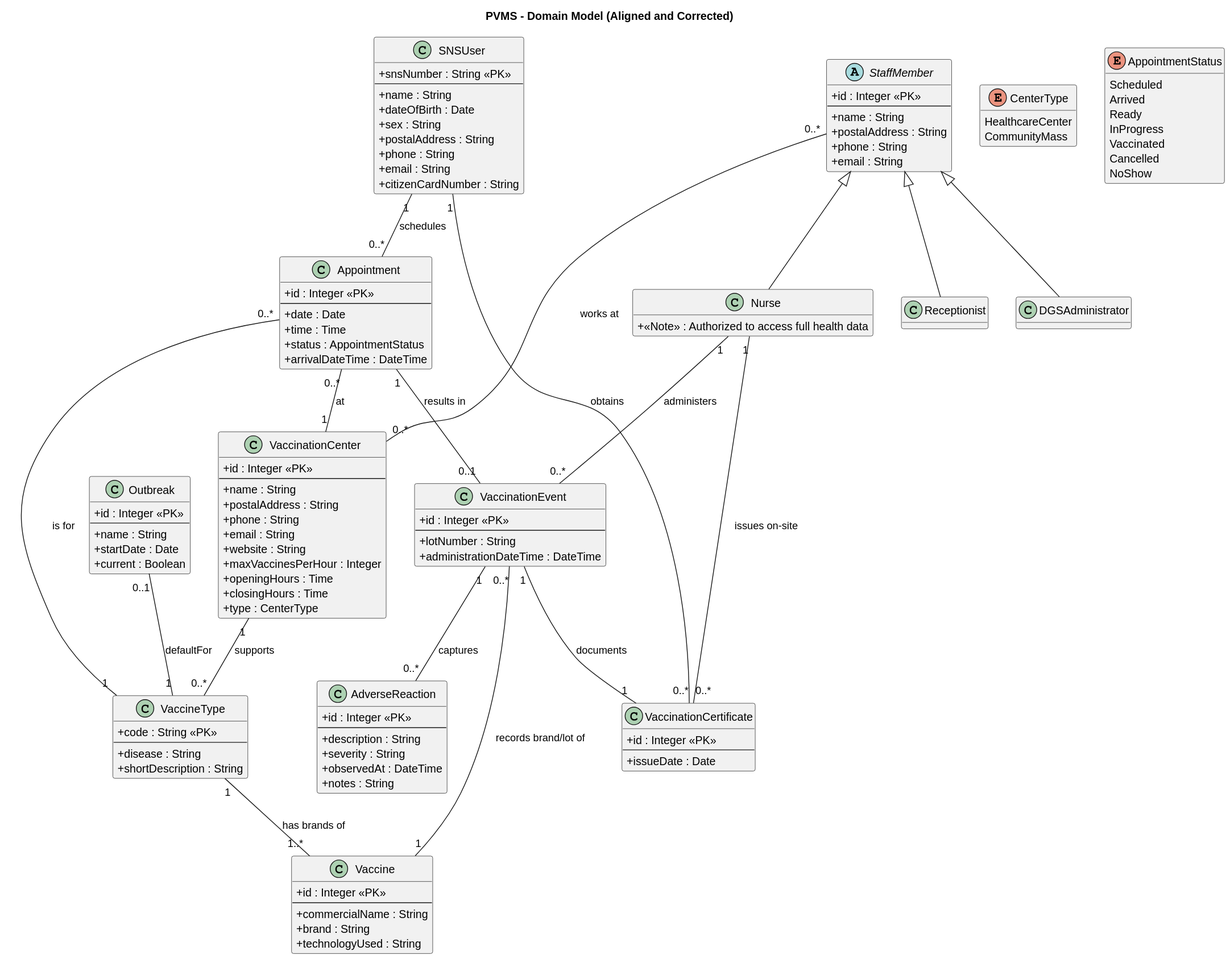
luluisfcm/leti-esoft-25-26-B5 keeps this PlantUML diagram as docs/system-documentation/global-artifacts/svg/DM.svg. Above is the earlier version. The source it was exported from:
```plantuml
@startuml
title PVMS - Domain Model (Aligned and Corrected)

hide methods
skinparam classAttributeIconSize 0

class SNSUser {
  + snsNumber : String <<PK>>
  --
  + name : String
  + dateOfBirth : Date
  + sex : String
  + postalAddress : String
  + phone : String
  + email : String
  + citizenCardNumber : String
}

abstract StaffMember {
  + id : Integer <<PK>>
  --
  + name : String
  + postalAddress : String
  + phone : String
  + email : String
}

class Receptionist extends StaffMember
class Nurse extends StaffMember {
  + <<Note>> : Authorized to access full health data
}
class DGSAdministrator extends StaffMember

enum CenterType {
  HealthcareCenter
  CommunityMass
}

class VaccinationCenter {
  + id : Integer <<PK>>
  --
  + name : String
  + postalAddress : String
  + phone : String
  + email : String
  + website : String
  + maxVaccinesPerHour : Integer
  + openingHours : Time
  + closingHours : Time
  + type : CenterType
}

VaccinationCenter "1" -- "0..*" VaccineType : supports

class VaccineType {
  + code : String <<PK>>
  --
  + disease : String
  + shortDescription : String
}

class Vaccine {
  + id : Integer <<PK>>
  --
  + commercialName : String
  + brand : String
  + technologyUsed : String
}

VaccineType "1" -- "1..*" Vaccine : has brands of

enum AppointmentStatus {
  Scheduled
  Arrived
  Ready
  InProgress
  Vaccinated
  Cancelled
  NoShow
}

class Appointment {
  + id : Integer <<PK>>
  --
  + date : Date
  + time : Time
  + status : AppointmentStatus
  + arrivalDateTime : DateTime
}

class VaccinationEvent {
  + id : Integer <<PK>>
  --
  + lotNumber : String
  + administrationDateTime : DateTime
}

class AdverseReaction {
  + id : Integer <<PK>>
  --
  + description : String
  + severity : String
  + observedAt : DateTime
  + notes : String
}

class VaccinationCertificate {
  + id : Integer <<PK>>
  --
  + issueDate : Date
}

class Outbreak {
  + id : Integer <<PK>>
  --
  + name : String
  + startDate : Date
  + current : Boolean
}

SNSUser "1" -- "0..*" Appointment : schedules
Appointment "0..*" -- "1" VaccinationCenter : at
Appointment "0..*" -- "1" VaccineType : is for

Appointment "1" -- "0..1" VaccinationEvent : results in
VaccinationEvent "0..*" -- "1" Vaccine : records brand/lot of
VaccinationEvent "1" -- "0..*" AdverseReaction : captures

SNSUser "1" -- "0..*" VaccinationCertificate : obtains
VaccinationEvent "1" -- "1" VaccinationCertificate : documents
Nurse "1" -- "0..*" VaccinationEvent : administers
Nurse "1" -- "0..*" VaccinationCertificate : issues on-site

StaffMember "0..*" -- "0..*" VaccinationCenter : works at

Outbreak "0..1" -- "1" VaccineType : defaultFor
@enduml
```
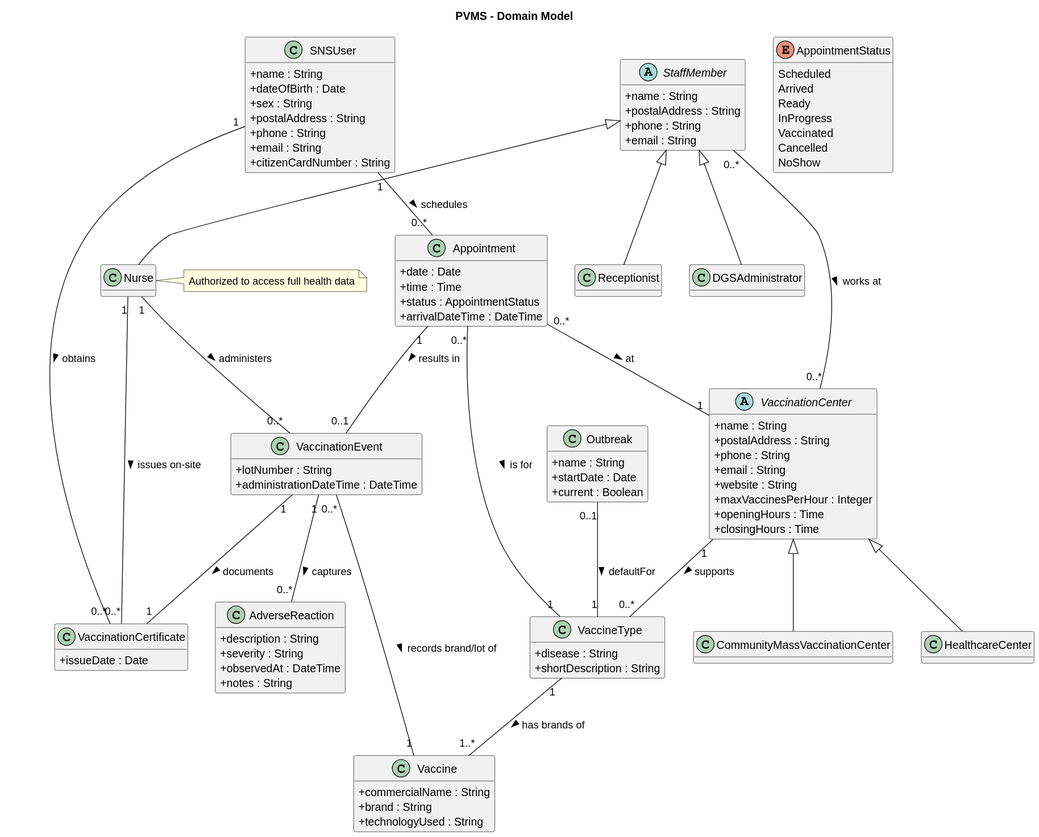
The same diagram one commit later.

What changed in the source:
```diff
@@ -1,12 +1,11 @@
 @startuml
-title PVMS - Domain Model (Aligned and Corrected)
+title PVMS - Domain Model
 
 hide methods
 skinparam classAttributeIconSize 0
 
 class SNSUser {
-  + snsNumber : String <<PK>>
-  --
+
   + name : String
   + dateOfBirth : Date
   + sex : String
@@ -17,8 +16,7 @@
 }
 
 abstract StaffMember {
-  + id : Integer <<PK>>
-  --
+
   + name : String
   + postalAddress : String
   + phone : String
@@ -26,19 +24,12 @@
 }
 
 class Receptionist extends StaffMember
-class Nurse extends StaffMember {
-  + <<Note>> : Authorized to access full health data
-}
+class Nurse extends StaffMember
+note right of Nurse : Authorized to access full health data
 class DGSAdministrator extends StaffMember
 
-enum CenterType {
-  HealthcareCenter
-  CommunityMass
-}
+abstract VaccinationCenter {
 
-class VaccinationCenter {
-  + id : Integer <<PK>>
-  --
   + name : String
   + postalAddress : String
   + phone : String
@@ -47,27 +38,27 @@
   + maxVaccinesPerHour : Integer
   + openingHours : Time
   + closingHours : Time
-  + type : CenterType
 }
 
-VaccinationCenter "1" -- "0..*" VaccineType : supports
+class HealthcareCenter extends VaccinationCenter
+class CommunityMassVaccinationCenter extends VaccinationCenter
+
+VaccinationCenter "1" -- "0..*" VaccineType : supports >
 
 class VaccineType {
-  + code : String <<PK>>
-  --
+
   + disease : String
   + shortDescription : String
 }
 
 class Vaccine {
-  + id : Integer <<PK>>
-  --
+
   + commercialName : String
   + brand : String
   + technologyUsed : String
 }
 
-VaccineType "1" -- "1..*" Vaccine : has brands of
+VaccineType "1" -- "1..*" Vaccine : has brands of >
 
 enum AppointmentStatus {
   Scheduled
@@ -80,8 +71,7 @@
 }
 
 class Appointment {
-  + id : Integer <<PK>>
-  --
+
   + date : Date
   + time : Time
   + status : AppointmentStatus
@@ -89,15 +79,13 @@
 }
 
 class VaccinationEvent {
-  + id : Integer <<PK>>
-  --
+
   + lotNumber : String
   + administrationDateTime : DateTime
 }
 
 class AdverseReaction {
-  + id : Integer <<PK>>
-  --
+
   + description : String
   + severity : String
   + observedAt : DateTime
@@ -105,33 +93,31 @@
 }
 
 class VaccinationCertificate {
-  + id : Integer <<PK>>
-  --
+
   + issueDate : Date
 }
 
 class Outbreak {
-  + id : Integer <<PK>>
-  --
+
   + name : String
   + startDate : Date
   + current : Boolean
 }
 
-SNSUser "1" -- "0..*" Appointment : schedules
-Appointment "0..*" -- "1" VaccinationCenter : at
-Appointment "0..*" -- "1" VaccineType : is for
+SNSUser "1" -- "0..*" Appointment : schedules >
+Appointment "0..*" -- "1" VaccinationCenter : at >
+Appointment "0..*" -- "1" VaccineType : is for >
 
-Appointment "1" -- "0..1" VaccinationEvent : results in
-VaccinationEvent "0..*" -- "1" Vaccine : records brand/lot of
-VaccinationEvent "1" -- "0..*" AdverseReaction : captures
+Appointment "1" -- "0..1" VaccinationEvent : results in >
+VaccinationEvent "0..*" -- "1" Vaccine : records brand/lot of >
+VaccinationEvent "1" -- "0..*" AdverseReaction : captures >
 
-SNSUser "1" -- "0..*" VaccinationCertificate : obtains
-VaccinationEvent "1" -- "1" VaccinationCertificate : documents
-Nurse "1" -- "0..*" VaccinationEvent : administers
-Nurse "1" -- "0..*" VaccinationCertificate : issues on-site
+SNSUser "1" -- "0..*" VaccinationCertificate : obtains >
+VaccinationEvent "1" -- "1" VaccinationCertificate : documents >
+Nurse "1" -- "0..*" VaccinationEvent : administers >
+Nurse "1" -- "0..*" VaccinationCertificate : issues on-site >
 
-StaffMember "0..*" -- "0..*" VaccinationCenter : works at
+StaffMember "0..*" -- "0..*" VaccinationCenter : works at >
 
-Outbreak "0..1" -- "1" VaccineType : defaultFor
+Outbreak "0..1" -- "1" VaccineType : defaultFor >
 @enduml
```
